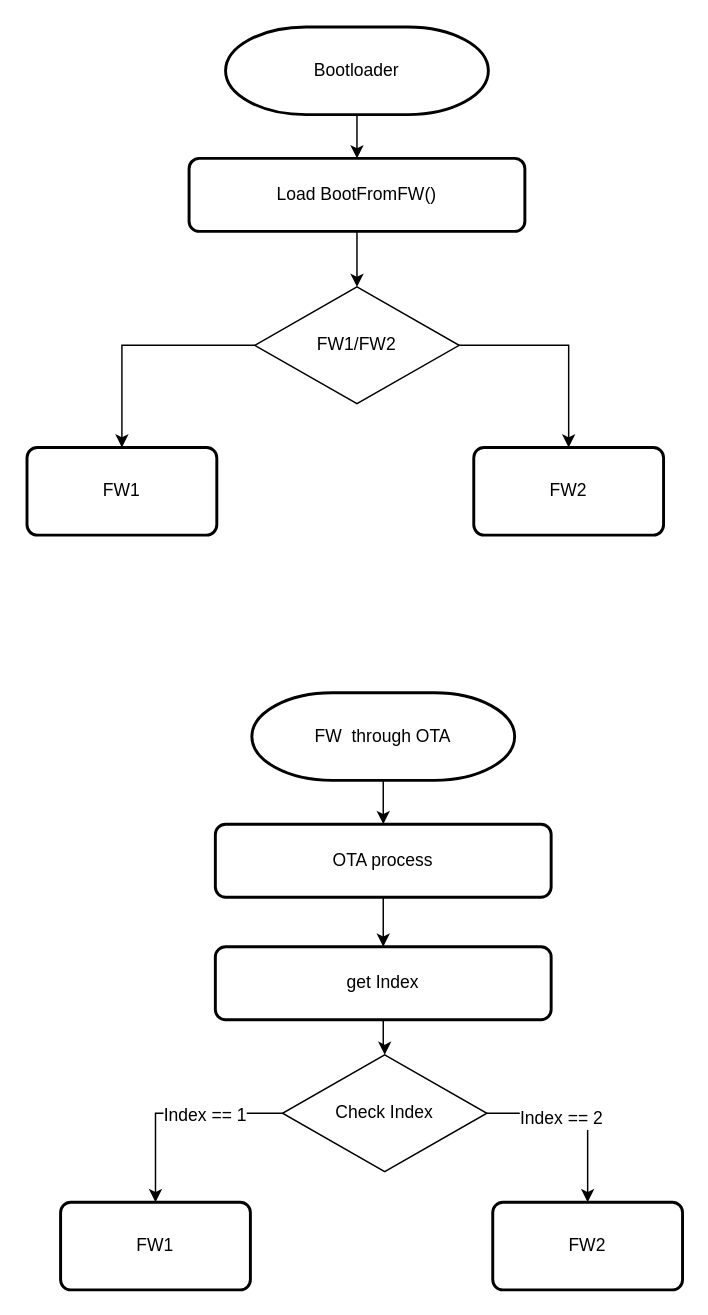
The draw.io diagram AutoRecovery.drawio in starbuckslatte/starbuckslatte.github.io, before the edit. Source tidied: cells renumbered, new cells numbered last; positions are measured from the earlier drawing's top-left corner, leaving out a move shared by most shapes. Both pictures are drawn from the tidied source at 146%, with x=0, y=0 at pixel (26, 26).
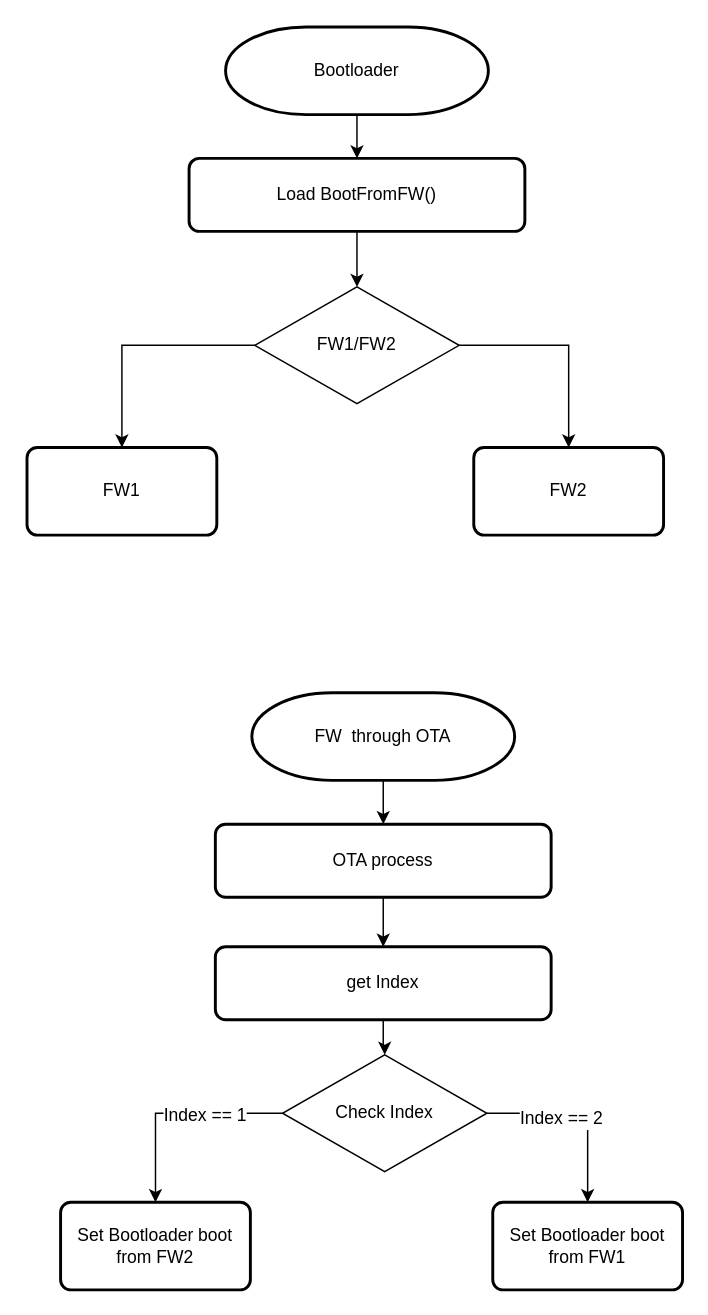
The same page after the edit.

The edit, as a diff of the source:
```diff
@@
-    <mxCell id="20" value="FW2" style="rounded=1;whiteSpace=wrap;html=1;absoluteArcSize=1;arcSize=14;strokeWidth=2;" parent="1" vertex="1">
+    <mxCell id="20" value="Set Bootloader boot from FW1" style="rounded=1;whiteSpace=wrap;html=1;absoluteArcSize=1;arcSize=14;strokeWidth=2;" parent="1" vertex="1">
       <mxGeometry x="319" y="805" width="130" height="60" as="geometry" />
     </mxCell>
-    <mxCell id="21" value="FW1" style="rounded=1;whiteSpace=wrap;html=1;absoluteArcSize=1;arcSize=14;strokeWidth=2;" parent="1" vertex="1">
+    <mxCell id="21" value="Set Bootloader boot from FW2" style="rounded=1;whiteSpace=wrap;html=1;absoluteArcSize=1;arcSize=14;strokeWidth=2;" parent="1" vertex="1">
       <mxGeometry x="23" y="805" width="130" height="60" as="geometry" />
     </mxCell>
```
